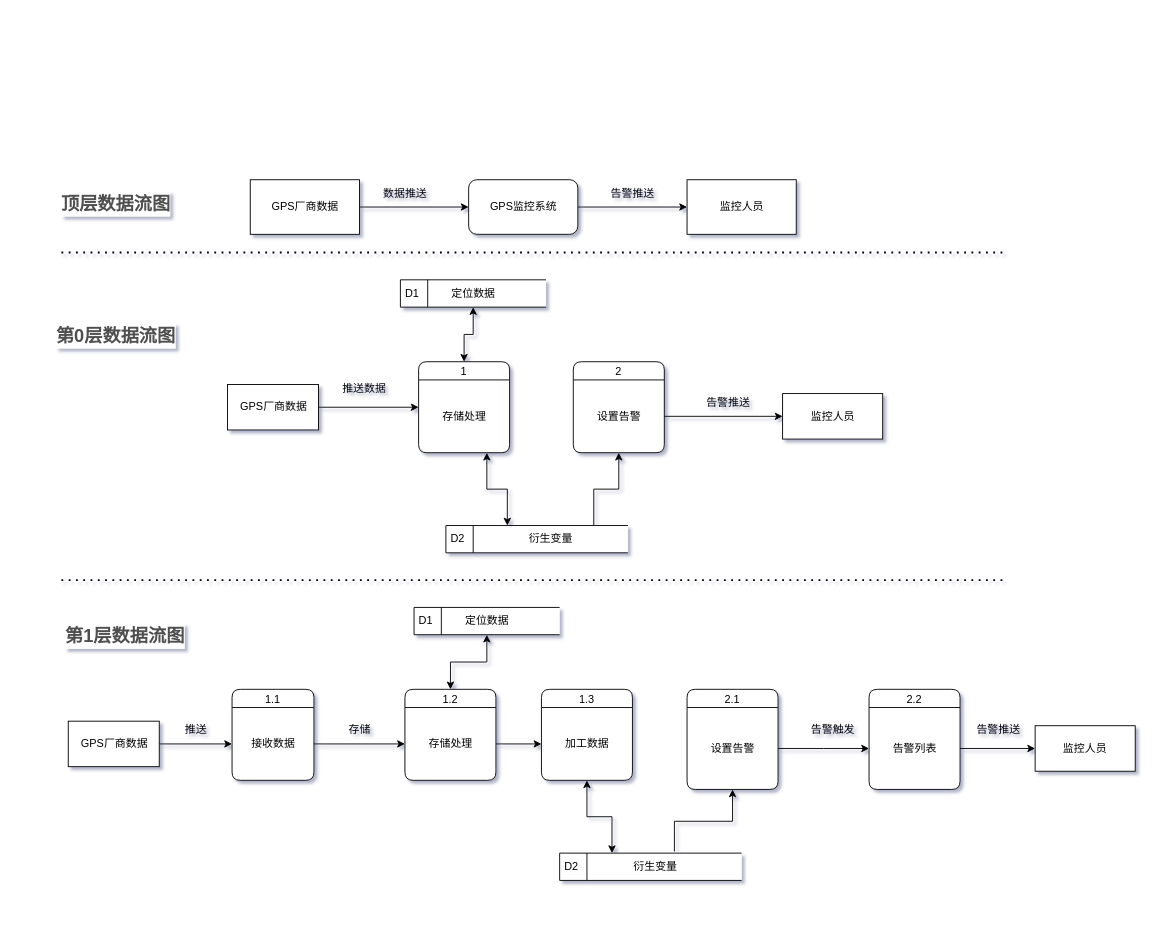
Earlier version of the draw.io diagram 未命名绘图.drawio (LittleDW/drawfiles). Source tidied: cells renumbered, new cells numbered last; positions are measured from the earlier drawing's top-left corner, leaving out a move shared by most shapes. Both pictures are drawn from the tidied source at 91%, with x=0, y=0 at pixel (34, 179).
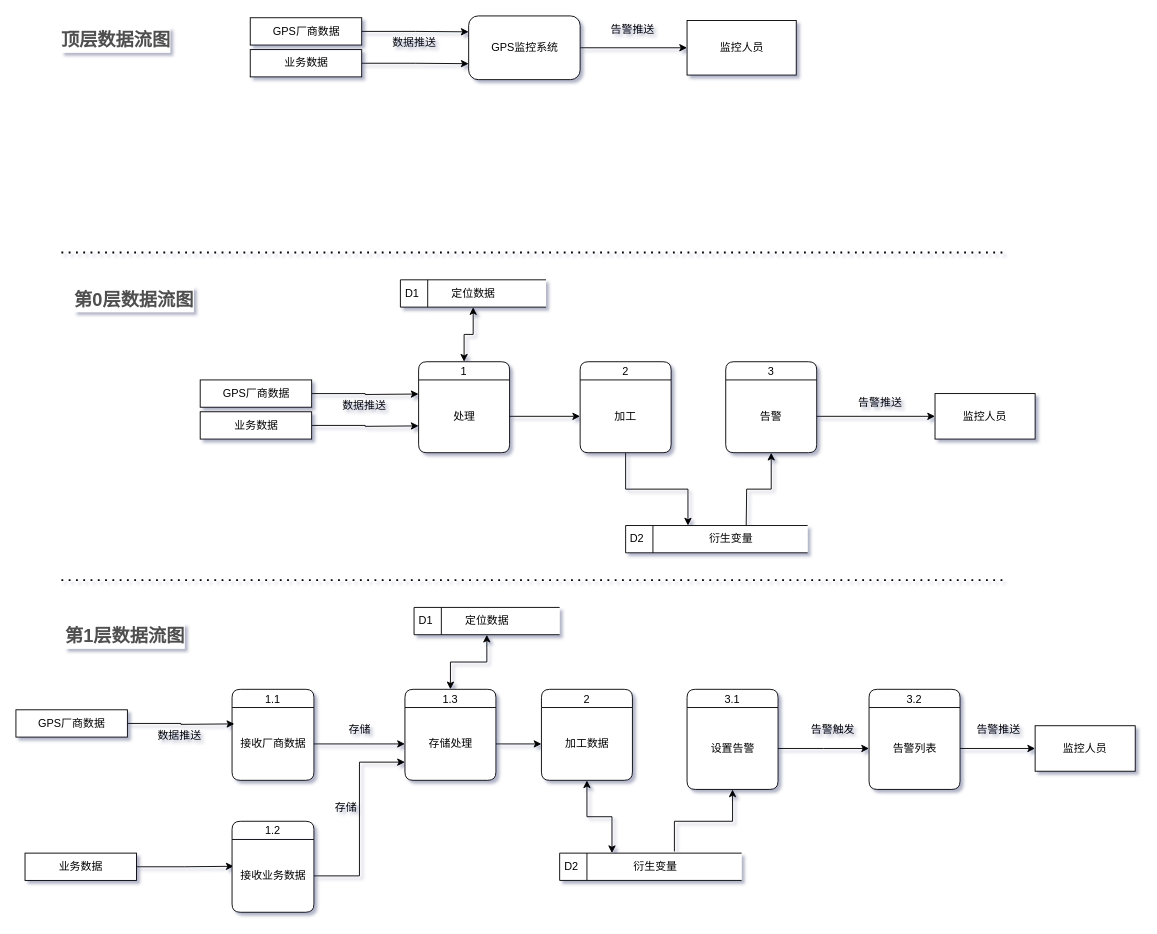
The same diagram, later.

Commit message:
更新未命名绘图.drawio

Unchanged cells that the change refers to:
```xml
<mxCell id="6" value="1" style="swimlane;fontStyle=0;horizontal=1;startSize=20;fillColor=#ffffff;swimlaneFillColor=#ffffff;rounded=1;" parent="1" vertex="1">
  <mxGeometry x="422.5" y="200" width="100" height="100" as="geometry" />
</mxCell>
<mxCell id="31" value="存储处理" style="text;html=1;strokeColor=none;fillColor=none;align=center;verticalAlign=middle;whiteSpace=wrap;rounded=0;" parent="30" vertex="1">
  <mxGeometry y="20" width="100" height="80" as="geometry" />
</mxCell>
<mxCell id="41" value="1.1" style="swimlane;fontStyle=0;horizontal=1;startSize=20;fillColor=#ffffff;swimlaneFillColor=#ffffff;rounded=1;" parent="1" vertex="1">
  <mxGeometry x="217.5" y="560" width="90" height="100" as="geometry" />
</mxCell>
```

The edit, as a diff of the source:
```diff
@@
-    <mxCell id="3" style="edgeStyle=orthogonalEdgeStyle;rounded=0;jettySize=auto;html=1;exitX=1;exitY=0.5;exitDx=0;exitDy=0;entryX=0;entryY=0.5;entryDx=0;entryDy=0;" parent="1" edge="1" source="4" target="6">
-      <mxGeometry relative="1" as="geometry" />
-    </mxCell>
-    <mxCell id="4" value="&lt;span style=&quot;&quot;&gt;GPS厂商数据&lt;/span&gt;" style="html=1;dashed=0;whitespace=wrap;" parent="1" vertex="1">
-      <mxGeometry x="212.5" y="225" width="100" height="50" as="geometry" />
-    </mxCell>
@@
-    <mxCell id="7" value="存储处理" style="text;html=1;strokeColor=none;fillColor=none;align=center;verticalAlign=middle;whiteSpace=wrap;rounded=0;" parent="6" vertex="1">
+    <mxCell id="7" value="处理" style="text;html=1;strokeColor=none;fillColor=none;align=center;verticalAlign=middle;whiteSpace=wrap;rounded=0;" parent="6" vertex="1">
       <mxGeometry y="20" width="100" height="80" as="geometry" />
     </mxCell>
@@
     <mxCell id="9" value="GPS监控系统" style="rounded=1;whiteSpace=wrap;html=1;" parent="1" vertex="1">
-      <mxGeometry x="477.5" width="120" height="60" as="geometry" />
+      <mxGeometry x="477.5" y="-180" width="122.5" height="70" as="geometry" />
     </mxCell>
-    <mxCell id="10" style="edgeStyle=orthogonalEdgeStyle;rounded=0;jettySize=auto;html=1;entryX=0;entryY=0.5;entryDx=0;entryDy=0;" parent="1" edge="1" source="11" target="9">
+    <mxCell id="10" style="edgeStyle=orthogonalEdgeStyle;rounded=0;jettySize=auto;html=1;exitX=1;exitY=0.5;exitDx=0;exitDy=0;entryX=0;entryY=0.25;entryDx=0;entryDy=0;startArrow=none;startFill=0;" parent="1" edge="1" source="11" target="9">
       <mxGeometry relative="1" as="geometry" />
     </mxCell>
     <mxCell id="11" value="GPS厂商数据" style="rounded=0;whiteSpace=wrap;html=1;" parent="1" vertex="1">
-      <mxGeometry x="237.5" width="120" height="60" as="geometry" />
+      <mxGeometry x="237.5" y="-178" width="122.5" height="30" as="geometry" />
     </mxCell>
     <mxCell id="12" value="监控人员" style="rounded=0;whiteSpace=wrap;html=1;" parent="1" vertex="1">
-      <mxGeometry x="717.5" width="120" height="60" as="geometry" />
+      <mxGeometry x="717.5" y="-175" width="120" height="60" as="geometry" />
     </mxCell>
     <mxCell id="13" value="数据推送" style="text;html=1;strokeColor=none;fillColor=none;align=center;verticalAlign=middle;whiteSpace=wrap;rounded=0;" parent="1" vertex="1">
-      <mxGeometry x="377.5" width="60" height="30" as="geometry" />
+      <mxGeometry x="387.5" y="-165" width="60" height="30" as="geometry" />
     </mxCell>
     <mxCell id="14" value="告警推送" style="text;html=1;strokeColor=none;fillColor=none;align=center;verticalAlign=middle;whiteSpace=wrap;rounded=0;" parent="1" vertex="1">
-      <mxGeometry x="627.5" width="60" height="30" as="geometry" />
+      <mxGeometry x="627.5" y="-180" width="60" height="30" as="geometry" />
     </mxCell>
@@
-    <mxCell id="16" value="推送数据" style="text;html=1;strokeColor=none;fillColor=none;align=center;verticalAlign=middle;whiteSpace=wrap;rounded=0;" parent="1" vertex="1">
-      <mxGeometry x="312.5" y="215" width="100" height="30" as="geometry" />
-    </mxCell>
     <mxCell id="17" value="D2" style="html=1;dashed=0;whitespace=wrap;shape=mxgraph.dfd.dataStoreID;align=left;spacingLeft=3;" parent="1" vertex="1">
-      <mxGeometry x="452.5" y="380" width="200" height="30" as="geometry" />
+      <mxGeometry x="650" y="380" width="200" height="30" as="geometry" />
     </mxCell>
-    <mxCell id="18" style="edgeStyle=orthogonalEdgeStyle;rounded=0;jettySize=auto;html=1;exitX=0.75;exitY=0;exitDx=0;exitDy=0;entryX=0.5;entryY=1;entryDx=0;entryDy=0;startArrow=none;startFill=0;" parent="1" edge="1" source="19" target="22">
-      <mxGeometry relative="1" as="geometry" />
+    <mxCell id="18" style="edgeStyle=orthogonalEdgeStyle;rounded=0;jettySize=auto;html=1;exitX=0.75;exitY=0;exitDx=0;exitDy=0;entryX=0.5;entryY=1;entryDx=0;entryDy=0;startArrow=none;startFill=0;" parent="1" edge="1" target="22">
+      <mxGeometry relative="1" as="geometry">
+        <mxPoint x="782.5" y="380" as="sourcePoint" />
+      </mxGeometry>
     </mxCell>
     <mxCell id="19" value="衍生变量" style="text;html=1;strokeColor=none;fillColor=none;align=center;verticalAlign=middle;whiteSpace=wrap;rounded=0;" parent="1" vertex="1">
-      <mxGeometry x="472.5" y="380" width="190" height="30" as="geometry" />
+      <mxGeometry x="671" y="380" width="190" height="30" as="geometry" />
     </mxCell>
-    <mxCell id="20" style="edgeStyle=orthogonalEdgeStyle;rounded=0;jettySize=auto;html=1;exitX=0.75;exitY=1;exitDx=0;exitDy=0;startArrow=classic;startFill=1;entryX=0.25;entryY=0;entryDx=0;entryDy=0;" parent="1" edge="1" source="7" target="19">
+    <mxCell id="20" style="edgeStyle=orthogonalEdgeStyle;rounded=0;jettySize=auto;html=1;exitX=0.5;exitY=1;exitDx=0;exitDy=0;startArrow=none;startFill=0;entryX=0.25;entryY=0;entryDx=0;entryDy=0;" parent="1" edge="1" source="72" target="19">
       <mxGeometry relative="1" as="geometry" />
     </mxCell>
-    <mxCell id="21" value="2" style="swimlane;fontStyle=0;horizontal=1;startSize=20;fillColor=#ffffff;swimlaneFillColor=#ffffff;rounded=1;" parent="1" vertex="1">
-      <mxGeometry x="592.5" y="200" width="100" height="100" as="geometry" />
+    <mxCell id="21" value="3" style="swimlane;fontStyle=0;horizontal=1;startSize=20;fillColor=#ffffff;swimlaneFillColor=#ffffff;rounded=1;" parent="1" vertex="1">
+      <mxGeometry x="760" y="200" width="100" height="100" as="geometry" />
     </mxCell>
-    <mxCell id="22" value="设置告警" style="text;html=1;strokeColor=none;fillColor=none;align=center;verticalAlign=middle;whiteSpace=wrap;rounded=0;" parent="21" vertex="1">
+    <mxCell id="22" value="告警" style="text;html=1;strokeColor=none;fillColor=none;align=center;verticalAlign=middle;whiteSpace=wrap;rounded=0;" parent="21" vertex="1">
       <mxGeometry y="20" width="100" height="80" as="geometry" />
     </mxCell>
     <mxCell id="23" value="监控人员" style="rounded=0;whiteSpace=wrap;html=1;" parent="1" vertex="1">
-      <mxGeometry x="822.5" y="235" width="110" height="50" as="geometry" />
+      <mxGeometry x="990" y="235" width="110" height="50" as="geometry" />
     </mxCell>
@@
     <mxCell id="25" value="告警推送" style="text;html=1;strokeColor=none;fillColor=none;align=center;verticalAlign=middle;whiteSpace=wrap;rounded=0;" parent="1" vertex="1">
-      <mxGeometry x="732.5" y="230" width="60" height="30" as="geometry" />
+      <mxGeometry x="900" y="230" width="60" height="30" as="geometry" />
     </mxCell>
@@
-    <mxCell id="27" style="edgeStyle=orthogonalEdgeStyle;rounded=0;jettySize=auto;html=1;exitX=1;exitY=0.5;exitDx=0;exitDy=0;entryX=0;entryY=0.5;entryDx=0;entryDy=0;startArrow=none;startFill=0;" parent="1" edge="1" source="28" target="42">
-      <mxGeometry relative="1" as="geometry" />
-    </mxCell>
-    <mxCell id="28" value="&lt;span style=&quot;&quot;&gt;GPS厂商数据&lt;/span&gt;" style="html=1;dashed=0;whitespace=wrap;" parent="1" vertex="1">
-      <mxGeometry x="37.5" y="595" width="100" height="50" as="geometry" />
-    </mxCell>
@@
-    <mxCell id="30" value="1.2" style="swimlane;fontStyle=0;horizontal=1;startSize=20;fillColor=#ffffff;swimlaneFillColor=#ffffff;rounded=1;" parent="1" vertex="1">
+    <mxCell id="30" value="1.3" style="swimlane;fontStyle=0;horizontal=1;startSize=20;fillColor=#ffffff;swimlaneFillColor=#ffffff;rounded=1;" parent="1" vertex="1">
       <mxGeometry x="407.5" y="560" width="100" height="100" as="geometry" />
     </mxCell>
@@
-    <mxCell id="37" value="2.1" style="swimlane;fontStyle=0;horizontal=1;startSize=20;fillColor=#ffffff;swimlaneFillColor=#ffffff;rounded=1;" parent="1" vertex="1">
+    <mxCell id="37" value="3.1" style="swimlane;fontStyle=0;horizontal=1;startSize=20;fillColor=#ffffff;swimlaneFillColor=#ffffff;rounded=1;" parent="1" vertex="1">
       <mxGeometry x="717.5" y="560" width="100" height="110" as="geometry" />
     </mxCell>
@@
-    <mxCell id="42" value="接收数据" style="text;html=1;strokeColor=none;fillColor=none;align=center;verticalAlign=middle;whiteSpace=wrap;rounded=0;" parent="41" vertex="1">
+    <mxCell id="42" value="接收厂商数据" style="text;html=1;strokeColor=none;fillColor=none;align=center;verticalAlign=middle;whiteSpace=wrap;rounded=0;" parent="41" vertex="1">
       <mxGeometry y="20" width="90" height="80" as="geometry" />
     </mxCell>
@@
-    <mxCell id="44" value="推送" style="text;html=1;strokeColor=none;fillColor=none;align=center;verticalAlign=middle;whiteSpace=wrap;rounded=0;" parent="1" vertex="1">
-      <mxGeometry x="127.5" y="590" width="100" height="30" as="geometry" />
-    </mxCell>
@@
-    <mxCell id="46" value="1.3" style="swimlane;fontStyle=0;horizontal=1;startSize=20;fillColor=#ffffff;swimlaneFillColor=#ffffff;rounded=1;" parent="1" vertex="1">
+    <mxCell id="46" value="2" style="swimlane;fontStyle=0;horizontal=1;startSize=20;fillColor=#ffffff;swimlaneFillColor=#ffffff;rounded=1;" parent="1" vertex="1">
       <mxGeometry x="557.5" y="560" width="100" height="100" as="geometry" />
     </mxCell>
@@
-    <mxCell id="49" value="2.2" style="swimlane;fontStyle=0;horizontal=1;startSize=20;fillColor=#ffffff;swimlaneFillColor=#ffffff;rounded=1;" parent="1" vertex="1">
+    <mxCell id="49" value="3.2" style="swimlane;fontStyle=0;horizontal=1;startSize=20;fillColor=#ffffff;swimlaneFillColor=#ffffff;rounded=1;" parent="1" vertex="1">
       <mxGeometry x="917.5" y="560" width="100" height="110" as="geometry" />
     </mxCell>
@@
     <mxCell id="55" value="&lt;h3 style=&quot;box-sizing: border-box; outline: 0px; margin: 8px 0px 16px; padding: 0px; font-family: &amp;quot;PingFang SC&amp;quot;, &amp;quot;Microsoft YaHei&amp;quot;, SimHei, Arial, SimSun; font-size: 20px; color: rgb(79, 79, 79); line-height: 28px; overflow-wrap: break-word; font-variant-ligatures: no-common-ligatures; text-align: start; background-color: rgb(255, 255, 255);&quot;&gt;顶层数据流图&lt;/h3&gt;" style="text;html=1;strokeColor=none;fillColor=none;align=center;verticalAlign=middle;whiteSpace=wrap;rounded=0;" parent="1" vertex="1">
-      <mxGeometry y="15" width="180" height="30" as="geometry" />
+      <mxGeometry y="-165" width="180" height="30" as="geometry" />
     </mxCell>
     <mxCell id="56" value="&lt;h3 style=&quot;box-sizing: border-box; outline: 0px; margin: 8px 0px 16px; padding: 0px; font-family: &amp;quot;PingFang SC&amp;quot;, &amp;quot;Microsoft YaHei&amp;quot;, SimHei, Arial, SimSun; font-size: 20px; color: rgb(79, 79, 79); line-height: 28px; overflow-wrap: break-word; font-variant-ligatures: no-common-ligatures; text-align: start; background-color: rgb(255, 255, 255);&quot;&gt;第0层数据流图&lt;/h3&gt;" style="text;html=1;strokeColor=none;fillColor=none;align=center;verticalAlign=middle;whiteSpace=wrap;rounded=0;" parent="1" vertex="1">
-      <mxGeometry y="160" width="180" height="30" as="geometry" />
+      <mxGeometry x="20" y="120" width="180" height="30" as="geometry" />
     </mxCell>
@@
+    <mxCell id="59" style="edgeStyle=orthogonalEdgeStyle;rounded=0;jettySize=auto;html=1;exitX=1;exitY=0.5;exitDx=0;exitDy=0;entryX=0;entryY=0.75;entryDx=0;entryDy=0;startArrow=none;startFill=0;" parent="1" edge="1" source="60" target="9">
+      <mxGeometry relative="1" as="geometry" />
+    </mxCell>
+    <mxCell id="60" value="业务数据" style="rounded=0;whiteSpace=wrap;html=1;" parent="1" vertex="1">
+      <mxGeometry x="237.5" y="-143" width="122.5" height="30" as="geometry" />
+    </mxCell>
+    <mxCell id="61" style="edgeStyle=orthogonalEdgeStyle;rounded=0;jettySize=auto;html=1;exitX=1;exitY=0.5;exitDx=0;exitDy=0;entryX=0;entryY=0.25;entryDx=0;entryDy=0;startArrow=none;startFill=0;" parent="1" edge="1" source="62">
+      <mxGeometry relative="1" as="geometry">
+        <mxPoint x="422.5" y="235.5" as="targetPoint" />
+      </mxGeometry>
+    </mxCell>
+    <mxCell id="62" value="GPS厂商数据" style="rounded=0;whiteSpace=wrap;html=1;" parent="1" vertex="1">
+      <mxGeometry x="182.5" y="220" width="122.5" height="30" as="geometry" />
+    </mxCell>
+    <mxCell id="63" value="数据推送" style="text;html=1;strokeColor=none;fillColor=none;align=center;verticalAlign=middle;whiteSpace=wrap;rounded=0;" parent="1" vertex="1">
+      <mxGeometry x="332.5" y="233" width="60" height="30" as="geometry" />
+    </mxCell>
+    <mxCell id="64" style="edgeStyle=orthogonalEdgeStyle;rounded=0;jettySize=auto;html=1;exitX=1;exitY=0.5;exitDx=0;exitDy=0;entryX=0;entryY=0.75;entryDx=0;entryDy=0;startArrow=none;startFill=0;" parent="1" edge="1" source="65">
+      <mxGeometry relative="1" as="geometry">
+        <mxPoint x="422.5" y="270.5" as="targetPoint" />
+      </mxGeometry>
+    </mxCell>
+    <mxCell id="65" value="业务数据" style="rounded=0;whiteSpace=wrap;html=1;" parent="1" vertex="1">
+      <mxGeometry x="182.5" y="255" width="122.5" height="30" as="geometry" />
+    </mxCell>
+    <mxCell id="66" style="edgeStyle=orthogonalEdgeStyle;rounded=0;jettySize=auto;html=1;exitX=1;exitY=0.5;exitDx=0;exitDy=0;entryX=0;entryY=0.25;entryDx=0;entryDy=0;startArrow=none;startFill=0;" parent="1" edge="1" source="67">
+      <mxGeometry relative="1" as="geometry">
+        <mxPoint x="220" y="598" as="targetPoint" />
+      </mxGeometry>
+    </mxCell>
+    <mxCell id="67" value="GPS厂商数据" style="rounded=0;whiteSpace=wrap;html=1;" parent="1" vertex="1">
+      <mxGeometry x="-20" y="582.5" width="122.5" height="30" as="geometry" />
+    </mxCell>
+    <mxCell id="68" value="数据推送" style="text;html=1;strokeColor=none;fillColor=none;align=center;verticalAlign=middle;whiteSpace=wrap;rounded=0;" parent="1" vertex="1">
+      <mxGeometry x="130" y="595.5" width="60" height="30" as="geometry" />
+    </mxCell>
+    <mxCell id="69" style="edgeStyle=orthogonalEdgeStyle;rounded=0;jettySize=auto;html=1;exitX=1;exitY=0.5;exitDx=0;exitDy=0;entryX=0.02;entryY=0.368;entryDx=0;entryDy=0;startArrow=none;startFill=0;entryPerimeter=0;" parent="1" edge="1" source="70" target="75">
+      <mxGeometry relative="1" as="geometry" />
+    </mxCell>
+    <mxCell id="70" value="业务数据" style="rounded=0;whiteSpace=wrap;html=1;" parent="1" vertex="1">
+      <mxGeometry x="-10" y="740" width="122.5" height="30" as="geometry" />
+    </mxCell>
+    <mxCell id="71" value="2" style="swimlane;fontStyle=0;horizontal=1;startSize=20;fillColor=#ffffff;swimlaneFillColor=#ffffff;rounded=1;" parent="1" vertex="1">
+      <mxGeometry x="600" y="200" width="100" height="100" as="geometry" />
+    </mxCell>
+    <mxCell id="72" value="加工" style="text;html=1;strokeColor=none;fillColor=none;align=center;verticalAlign=middle;whiteSpace=wrap;rounded=0;" parent="71" vertex="1">
+      <mxGeometry y="20" width="100" height="80" as="geometry" />
+    </mxCell>
+    <mxCell id="73" style="edgeStyle=orthogonalEdgeStyle;rounded=0;jettySize=auto;html=1;exitX=1;exitY=0.5;exitDx=0;exitDy=0;entryX=0;entryY=0.5;entryDx=0;entryDy=0;startArrow=none;startFill=0;" parent="1" edge="1" source="7" target="72">
+      <mxGeometry relative="1" as="geometry" />
+    </mxCell>
+    <mxCell id="74" value="1.2" style="swimlane;fontStyle=0;horizontal=1;startSize=20;fillColor=#ffffff;swimlaneFillColor=#ffffff;rounded=1;" parent="1" vertex="1">
+      <mxGeometry x="217.5" y="705" width="90" height="100" as="geometry" />
+    </mxCell>
+    <mxCell id="75" value="接收业务数据" style="text;html=1;strokeColor=none;fillColor=none;align=center;verticalAlign=middle;whiteSpace=wrap;rounded=0;" parent="74" vertex="1">
+      <mxGeometry y="20" width="90" height="80" as="geometry" />
+    </mxCell>
+    <mxCell id="76" style="edgeStyle=orthogonalEdgeStyle;rounded=0;jettySize=auto;html=1;exitX=1;exitY=0.5;exitDx=0;exitDy=0;entryX=0;entryY=0.75;entryDx=0;entryDy=0;startArrow=none;startFill=0;" parent="1" edge="1" source="75" target="31">
+      <mxGeometry relative="1" as="geometry" />
+    </mxCell>
+    <mxCell id="77" value="存储" style="text;html=1;strokeColor=none;fillColor=none;align=center;verticalAlign=middle;whiteSpace=wrap;rounded=0;" parent="1" vertex="1">
+      <mxGeometry x="292.5" y="675" width="100" height="30" as="geometry" />
+    </mxCell>
```
